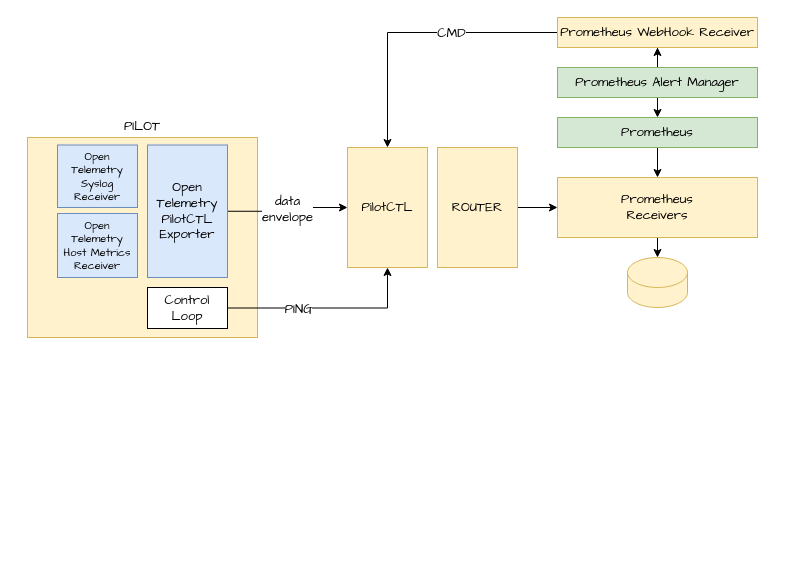
This is piloth/telemetry/ot.drawio from gatblau/onix, a draw.io file, before an edit. Source tidied: cells renumbered, new cells numbered last; positions are measured from the earlier drawing's top-left corner, leaving out a move shared by most shapes. Both pictures are drawn from the tidied source at 100%, with x=0, y=0 at pixel (27, 17).
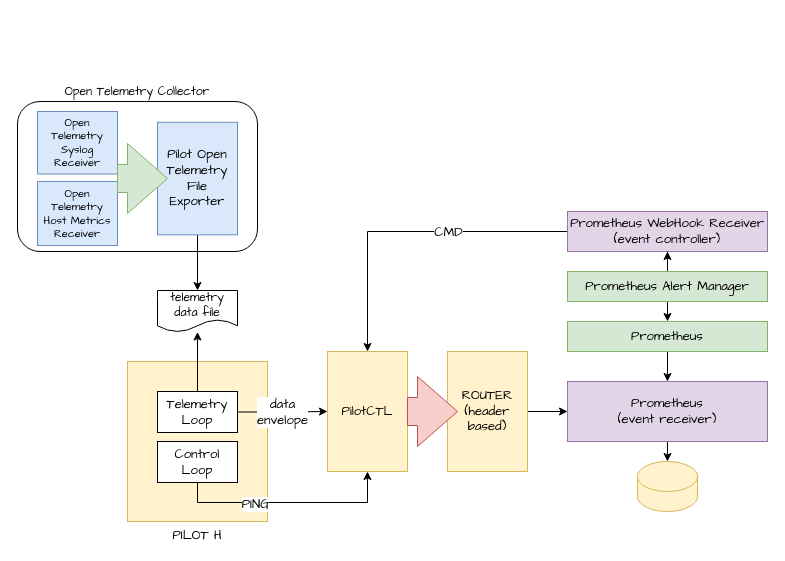
After the change.

What changed in the source:
```diff
@@
+    <mxCell id="25" value="Open Telemetry Collector" style="rounded=1;whiteSpace=wrap;html=1;fontFamily=Comic Sans MS;labelPosition=center;verticalLabelPosition=top;align=center;verticalAlign=bottom;" parent="1" vertex="1">
+      <mxGeometry x="-10" y="84" width="240" height="150" as="geometry" />
+    </mxCell>
-    <mxCell id="2" value="PILOT" style="rounded=0;whiteSpace=wrap;html=1;fontFamily=Comic Sans MS;fontSize=13;labelPosition=center;verticalLabelPosition=top;align=center;verticalAlign=bottom;fillColor=#fff2cc;strokeColor=#d6b656;" parent="1" vertex="1">
-      <mxGeometry y="120" width="230" height="200" as="geometry" />
+    <mxCell id="2" value="PILOT H" style="rounded=0;whiteSpace=wrap;html=1;fontFamily=Comic Sans MS;fontSize=13;labelPosition=center;verticalLabelPosition=bottom;align=center;verticalAlign=top;fillColor=#fff2cc;strokeColor=#d6b656;" parent="1" vertex="1">
+      <mxGeometry x="100" y="344" width="140" height="160" as="geometry" />
     </mxCell>
     <mxCell id="3" value="PilotCTL" style="rounded=0;whiteSpace=wrap;html=1;fontFamily=Comic Sans MS;fontSize=13;fillColor=#fff2cc;strokeColor=#d6b656;" parent="1" vertex="1">
-      <mxGeometry x="320" y="130" width="80" height="120" as="geometry" />
+      <mxGeometry x="300" y="334" width="80" height="120" as="geometry" />
     </mxCell>
     <mxCell id="4" value="Open&lt;br style=&quot;font-size: 11px;&quot;&gt;Telemetry&lt;br style=&quot;font-size: 11px;&quot;&gt;Syslog&lt;br style=&quot;font-size: 11px;&quot;&gt;Receiver" style="rounded=0;whiteSpace=wrap;html=1;fontFamily=Comic Sans MS;fontSize=11;fillColor=#dae8fc;strokeColor=#6c8ebf;" parent="1" vertex="1">
-      <mxGeometry x="30" y="127.5" width="80" height="62.5" as="geometry" />
+      <mxGeometry x="10" y="94" width="80" height="62.5" as="geometry" />
     </mxCell>
-    <mxCell id="5" style="edgeStyle=orthogonalEdgeStyle;rounded=0;jettySize=auto;html=1;exitX=1;exitY=0.5;exitDx=0;exitDy=0;entryX=0;entryY=0.5;entryDx=0;entryDy=0;fontFamily=Comic Sans MS;fontSize=13;" parent="1" edge="1" source="7" target="3">
+    <mxCell id="5" style="edgeStyle=orthogonalEdgeStyle;rounded=0;jettySize=auto;html=1;exitX=1;exitY=0.5;exitDx=0;exitDy=0;entryX=0;entryY=0.5;entryDx=0;entryDy=0;fontFamily=Comic Sans MS;fontSize=13;" parent="1" edge="1" source="28" target="3">
       <mxGeometry relative="1" as="geometry" />
     </mxCell>
@@
+    <mxCell id="26" style="edgeStyle=orthogonalEdgeStyle;rounded=0;jettySize=auto;html=1;exitX=0.5;exitY=1;exitDx=0;exitDy=0;entryX=0.5;entryY=0;entryDx=0;entryDy=0;fontFamily=Comic Sans MS;" parent="1" edge="1" source="7" target="29">
+      <mxGeometry relative="1" as="geometry" />
+    </mxCell>
-    <mxCell id="7" value="Open&lt;br&gt;Telemetry&lt;br&gt;PilotCTL&lt;br style=&quot;font-size: 13px;&quot;&gt;Exporter" style="rounded=0;whiteSpace=wrap;html=1;fontFamily=Comic Sans MS;fontSize=13;fillColor=#dae8fc;strokeColor=#6c8ebf;" parent="1" vertex="1">
-      <mxGeometry x="120" y="127.5" width="80" height="132.5" as="geometry" />
+    <mxCell id="7" value="Pilot Open&lt;br&gt;Telemetry&lt;br&gt;File&lt;br style=&quot;font-size: 13px;&quot;&gt;Exporter" style="rounded=0;whiteSpace=wrap;html=1;fontFamily=Comic Sans MS;fontSize=13;fillColor=#dae8fc;strokeColor=#6c8ebf;" parent="1" vertex="1">
+      <mxGeometry x="130" y="104.8" width="80" height="112.5" as="geometry" />
     </mxCell>
@@
     <mxCell id="9" value="Prometheus" style="rounded=0;whiteSpace=wrap;html=1;fontFamily=Comic Sans MS;fontSize=13;fillColor=#d5e8d4;strokeColor=#82b366;" parent="1" vertex="1">
-      <mxGeometry x="530" y="100" width="200" height="30" as="geometry" />
+      <mxGeometry x="540" y="304" width="200" height="30" as="geometry" />
     </mxCell>
@@
-    <mxCell id="11" value="Prometheus&lt;br style=&quot;font-size: 13px;&quot;&gt;Receivers" style="rounded=0;whiteSpace=wrap;html=1;fontFamily=Comic Sans MS;fontSize=13;fillColor=#fff2cc;strokeColor=#d6b656;" parent="1" vertex="1">
-      <mxGeometry x="530" y="160" width="200" height="60" as="geometry" />
+    <mxCell id="11" value="Prometheus&lt;br style=&quot;font-size: 13px;&quot;&gt;(event receiver)" style="rounded=0;whiteSpace=wrap;html=1;fontFamily=Comic Sans MS;fontSize=13;fillColor=#e1d5e7;strokeColor=#9673a6;" parent="1" vertex="1">
+      <mxGeometry x="540" y="364" width="200" height="60" as="geometry" />
     </mxCell>
     <mxCell id="12" value="Open Telemetry&lt;br&gt;Host Metrics&lt;br style=&quot;font-size: 11px;&quot;&gt;Receiver" style="rounded=0;whiteSpace=wrap;html=1;fontFamily=Comic Sans MS;fontSize=11;fillColor=#dae8fc;strokeColor=#6c8ebf;" parent="1" vertex="1">
-      <mxGeometry x="30" y="196" width="80" height="64" as="geometry" />
+      <mxGeometry x="10" y="164" width="80" height="64" as="geometry" />
     </mxCell>
@@
-    <mxCell id="14" value="ROUTER" style="rounded=0;whiteSpace=wrap;html=1;fontFamily=Comic Sans MS;fontSize=13;fillColor=#fff2cc;strokeColor=#d6b656;" parent="1" vertex="1">
-      <mxGeometry x="410" y="130" width="80" height="120" as="geometry" />
+    <mxCell id="14" value="ROUTER&lt;br&gt;(header based)" style="rounded=0;whiteSpace=wrap;html=1;fontFamily=Comic Sans MS;fontSize=13;fillColor=#fff2cc;strokeColor=#d6b656;" parent="1" vertex="1">
+      <mxGeometry x="420" y="334" width="80" height="120" as="geometry" />
     </mxCell>
-    <mxCell id="15" style="edgeStyle=orthogonalEdgeStyle;rounded=0;jettySize=auto;html=1;exitX=1;exitY=0.5;exitDx=0;exitDy=0;entryX=0.5;entryY=1;entryDx=0;entryDy=0;fontFamily=Comic Sans MS;fontSize=13;" parent="1" edge="1" source="17" target="3">
+    <mxCell id="15" style="edgeStyle=orthogonalEdgeStyle;rounded=0;jettySize=auto;html=1;exitX=0.5;exitY=1;exitDx=0;exitDy=0;entryX=0.5;entryY=1;entryDx=0;entryDy=0;fontFamily=Comic Sans MS;fontSize=13;" parent="1" edge="1" source="17" target="3">
       <mxGeometry relative="1" as="geometry" />
     </mxCell>
@@
     <mxCell id="17" value="Control Loop" style="rounded=0;whiteSpace=wrap;html=1;fontFamily=Comic Sans MS;fontSize=13;" parent="1" vertex="1">
-      <mxGeometry x="120" y="270" width="80" height="41" as="geometry" />
+      <mxGeometry x="130" y="424" width="80" height="41" as="geometry" />
     </mxCell>
     <mxCell id="18" style="shape=cylinder3;whiteSpace=wrap;html=1;boundedLbl=1;backgroundOutline=1;size=15;fontFamily=Comic Sans MS;fontSize=13;fillColor=#fff2cc;strokeColor=#d6b656;" parent="1" vertex="1">
-      <mxGeometry x="600" y="240" width="60" height="50" as="geometry" />
+      <mxGeometry x="610" y="444" width="60" height="50" as="geometry" />
     </mxCell>
@@
     <mxCell id="21" value="Prometheus Alert Manager" style="rounded=0;whiteSpace=wrap;html=1;fontFamily=Comic Sans MS;fontSize=13;fillColor=#d5e8d4;strokeColor=#82b366;" parent="1" vertex="1">
-      <mxGeometry x="530" y="50" width="200" height="30" as="geometry" />
+      <mxGeometry x="540" y="254" width="200" height="30" as="geometry" />
     </mxCell>
@@
-    <mxCell id="24" value="Prometheus WebHook Receiver" style="rounded=0;whiteSpace=wrap;html=1;fontFamily=Comic Sans MS;fontSize=13;fillColor=#fff2cc;strokeColor=#d6b656;" parent="1" vertex="1">
-      <mxGeometry x="530" width="200" height="30" as="geometry" />
+    <mxCell id="24" value="Prometheus WebHook Receiver&lt;br&gt;(event controller)" style="rounded=0;whiteSpace=wrap;html=1;fontFamily=Comic Sans MS;fontSize=13;fillColor=#e1d5e7;strokeColor=#9673a6;" parent="1" vertex="1">
+      <mxGeometry x="540" y="194" width="200" height="40" as="geometry" />
     </mxCell>
+    <mxCell id="27" style="edgeStyle=orthogonalEdgeStyle;rounded=0;jettySize=auto;html=1;exitX=0.5;exitY=0;exitDx=0;exitDy=0;fontFamily=Comic Sans MS;" parent="1" edge="1" source="28" target="29">
+      <mxGeometry relative="1" as="geometry" />
+    </mxCell>
+    <mxCell id="28" value="Telemetry&lt;br&gt;Loop" style="rounded=0;whiteSpace=wrap;html=1;fontFamily=Comic Sans MS;fontSize=13;" parent="1" vertex="1">
+      <mxGeometry x="130" y="374" width="80" height="41" as="geometry" />
+    </mxCell>
+    <mxCell id="29" value="telemetry&lt;br&gt;data file" style="shape=document;whiteSpace=wrap;html=1;boundedLbl=1;fontFamily=Comic Sans MS;" parent="1" vertex="1">
+      <mxGeometry x="130" y="273" width="80" height="41.5" as="geometry" />
+    </mxCell>
+    <mxCell id="30" style="html=1;shadow=0;dashed=0;align=center;verticalAlign=middle;shape=mxgraph.arrows2.arrow;dy=0.6;dx=40;notch=0;fontFamily=Comic Sans MS;fillColor=#d5e8d4;strokeColor=#82b366;" parent="1" vertex="1">
+      <mxGeometry x="90" y="126" width="50" height="70" as="geometry" />
+    </mxCell>
+    <mxCell id="31" style="html=1;shadow=0;dashed=0;align=center;verticalAlign=middle;shape=mxgraph.arrows2.arrow;dy=0.6;dx=40;notch=0;fontFamily=Comic Sans MS;fillColor=#f8cecc;strokeColor=#b85450;" parent="1" vertex="1">
+      <mxGeometry x="380" y="359" width="50" height="70" as="geometry" />
+    </mxCell>
```
